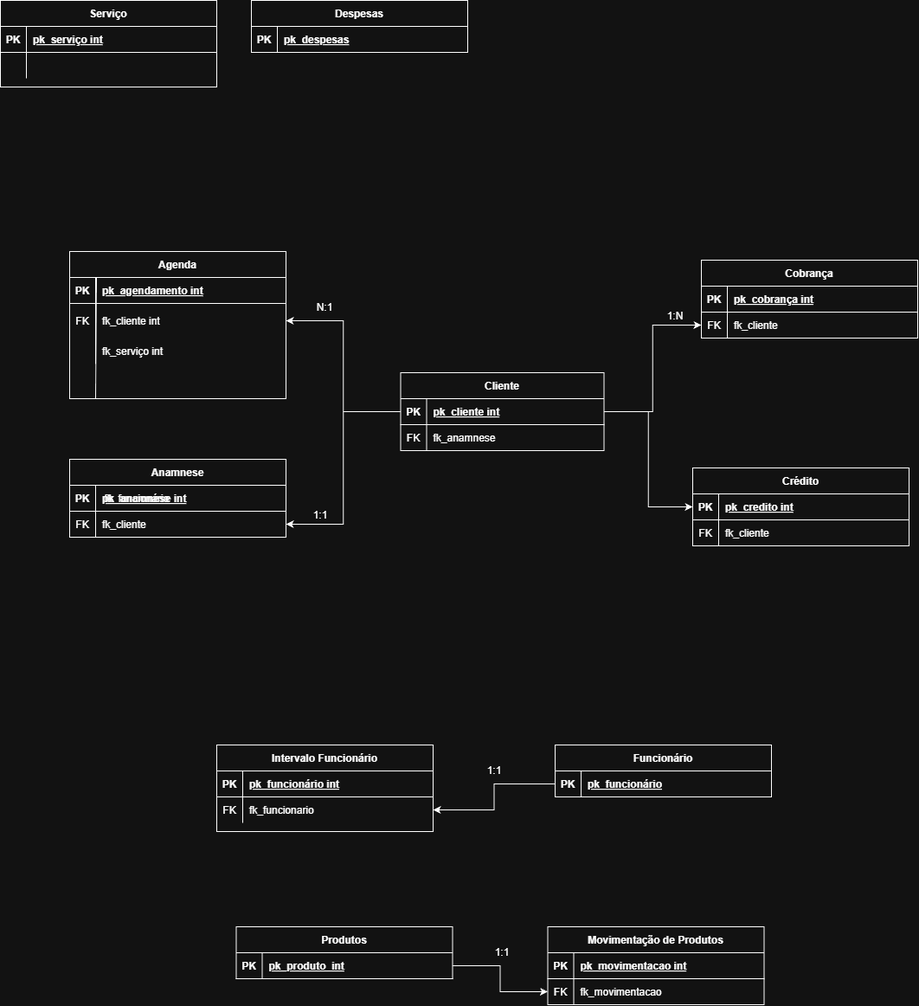
Earlier version of the draw.io export DOC/DER.png (UlfGunnar/Projeto-Senai-3-4). Source tidied: cells renumbered, new cells last; positions are measured from the earlier drawing's top-left corner, leaving out a move shared by most shapes.
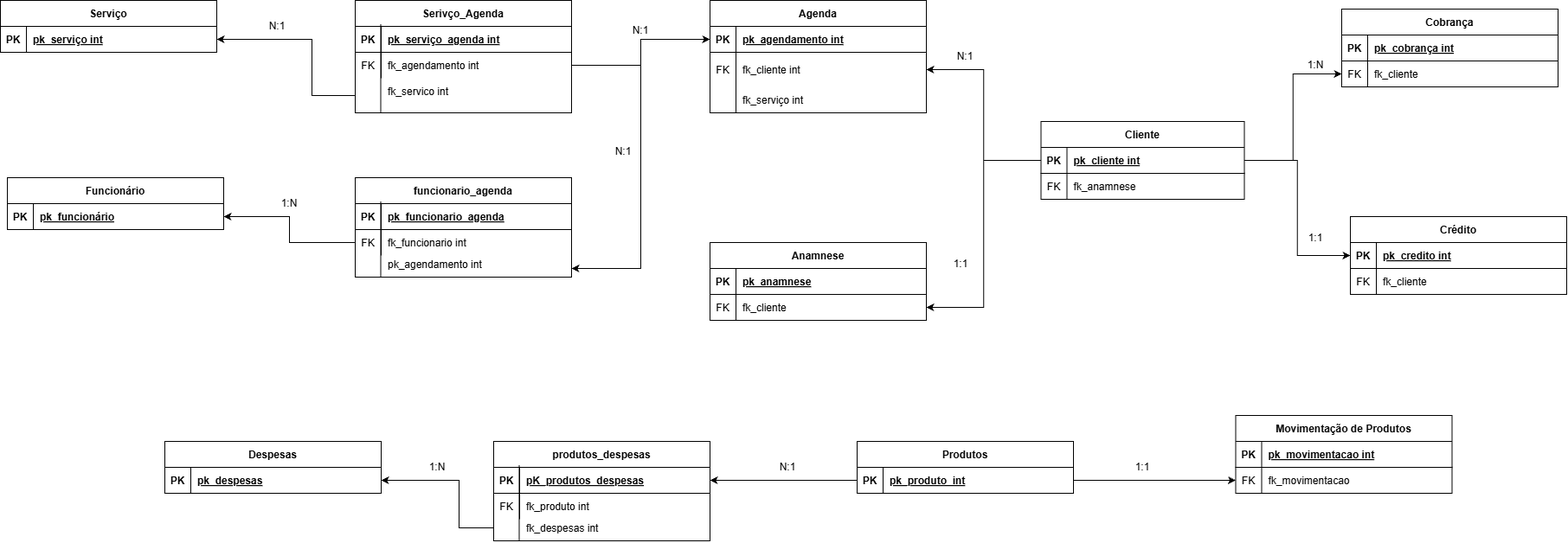
After the commit.

Diff of the diagram source:
```diff
@@ -5,3 +5,3 @@
     <mxCell id="2" value="Agenda" style="shape=table;startSize=30;rowLines=0;fontStyle=1;align=center;" parent="1" vertex="1">
-      <mxGeometry x="80" y="290" width="250" height="170" as="geometry" />
+      <mxGeometry x="620" y="300" width="250" height="130" as="geometry" />
     </mxCell>
@@ -35,3 +35,3 @@
     <mxCell id="12" value="Cobrança" style="shape=table;startSize=30;rowLines=0;fontStyle=1;align=center;" parent="1" vertex="1">
-      <mxGeometry x="810" y="300" width="250" height="90" as="geometry" />
+      <mxGeometry x="1350" y="310" width="250" height="90" as="geometry" />
     </mxCell>
@@ -56,3 +56,3 @@
     <mxCell id="19" value="Serviço" style="shape=table;startSize=30;rowLines=0;fontStyle=1;align=center;" parent="1" vertex="1">
-      <mxGeometry width="250" height="100" as="geometry" />
+      <mxGeometry x="-200" y="300" width="250" height="60" as="geometry" />
     </mxCell>
@@ -67,27 +67,4 @@
     </mxCell>
-    <mxCell id="23" style="shape=partialRectangle;fillColor=none;top=0;left=0;right=0;bottom=0;" parent="19" vertex="1">
-      <mxGeometry y="60" width="250" height="30" as="geometry" />
-    </mxCell>
-    <mxCell id="24" style="shape=partialRectangle;overflow=hidden;fillColor=none;top=0;left=0;bottom=0;right=0;" parent="23" vertex="1">
-      <mxGeometry width="30" height="30" as="geometry" />
-    </mxCell>
-    <mxCell id="25" style="shape=partialRectangle;overflow=hidden;fillColor=none;top=0;left=0;bottom=0;right=0;align=left;spacingLeft=6;" parent="23" vertex="1">
-      <mxGeometry x="30" width="220" height="30" as="geometry" />
-    </mxCell>
-    <mxCell id="26" style="shape=partialRectangle;fillColor=none;top=0;left=0;right=0;bottom=0;" parent="1" vertex="1">
-      <mxGeometry x="462.5" y="350" width="250" height="30" as="geometry" />
-    </mxCell>
-    <mxCell id="27" style="shape=partialRectangle;overflow=hidden;fillColor=none;top=0;left=0;bottom=0;right=0;" parent="26" vertex="1">
-      <mxGeometry x="-350" y="210" width="30" height="30" as="geometry" />
-    </mxCell>
-    <mxCell id="28" value="fk_funcionário" style="shape=partialRectangle;overflow=hidden;fillColor=none;top=0;left=0;bottom=0;right=0;align=left;spacingLeft=6;" parent="26" vertex="1">
-      <mxGeometry x="-350" y="210" width="220" height="30" as="geometry" />
-    </mxCell>
-    <mxCell id="29" style="endArrow=none;html=1;rounded=0;defaultLabelBackgroundColor=page;entryX=0.124;entryY=0;entryDx=0;entryDy=0;entryPerimeter=0;" parent="1" edge="1" target="3">
-      <mxGeometry relative="1" as="geometry">
-        <mxPoint x="110" y="460" as="sourcePoint" />
-      </mxGeometry>
-    </mxCell>
     <mxCell id="30" value="Cliente" style="shape=table;startSize=30;rowLines=0;fontStyle=1;align=center;" parent="1" vertex="1">
-      <mxGeometry x="462.5" y="430" width="235" height="90" as="geometry" />
+      <mxGeometry x="1002.5" y="440" width="235" height="90" as="geometry" />
     </mxCell>
@@ -112,3 +89,3 @@
     <mxCell id="37" style="shape=partialRectangle;fillColor=none;top=0;left=0;right=0;bottom=0;" parent="1" vertex="1">
-      <mxGeometry x="280" y="390" width="250" height="30" as="geometry" />
+      <mxGeometry x="820" y="400" width="250" height="30" as="geometry" />
     </mxCell>
@@ -121,3 +98,3 @@
     <mxCell id="40" value="Crédito" style="shape=table;startSize=30;rowLines=0;fontStyle=1;align=center;" parent="1" vertex="1">
-      <mxGeometry x="800" y="540" width="250" height="90" as="geometry" />
+      <mxGeometry x="1360" y="550" width="250" height="90" as="geometry" />
     </mxCell>
@@ -145,3 +122,3 @@
     <mxCell id="48" value="Funcionário" style="shape=table;startSize=30;rowLines=0;fontStyle=1;align=center;" parent="1" vertex="1">
-      <mxGeometry x="641" y="860" width="250" height="60" as="geometry" />
+      <mxGeometry x="-192" y="505" width="250" height="60" as="geometry" />
     </mxCell>
@@ -156,28 +133,4 @@
     </mxCell>
-    <mxCell id="52" value="Intervalo Funcionário" style="shape=table;startSize=30;rowLines=0;fontStyle=1;align=center;" parent="1" vertex="1">
-      <mxGeometry x="250" y="860" width="250" height="100" as="geometry" />
-    </mxCell>
-    <mxCell id="53" style="shape=partialRectangle;fillColor=none;top=0;left=0;right=0;bottom=1;" parent="52" vertex="1">
-      <mxGeometry y="30" width="250" height="30" as="geometry" />
-    </mxCell>
-    <mxCell id="54" value="PK" style="shape=partialRectangle;overflow=hidden;fillColor=none;top=0;left=0;bottom=0;right=0;fontStyle=1;" parent="53" vertex="1">
-      <mxGeometry width="30" height="30" as="geometry" />
-    </mxCell>
-    <mxCell id="55" value="pk_funcionário int" style="shape=partialRectangle;overflow=hidden;fillColor=none;top=0;left=0;bottom=0;right=0;align=left;spacingLeft=6;fontStyle=5;" parent="53" vertex="1">
-      <mxGeometry x="30" width="220" height="30" as="geometry" />
-    </mxCell>
-    <mxCell id="56" style="shape=partialRectangle;fillColor=none;points=[[0,0.5],[1,0.5]];portConstraint=eastwest;top=0;left=0;right=0;bottom=0;" parent="52" vertex="1">
-      <mxGeometry y="60" width="250" height="30" as="geometry" />
-    </mxCell>
-    <mxCell id="57" value="FK" style="shape=partialRectangle;overflow=hidden;fillColor=none;top=0;left=0;bottom=0;right=0;" parent="56" vertex="1">
-      <mxGeometry width="30" height="30" as="geometry" />
-    </mxCell>
-    <mxCell id="58" value="fk_funcionario" style="shape=partialRectangle;overflow=hidden;fillColor=none;top=0;left=0;bottom=0;right=0;align=left;spacingLeft=6;" parent="56" vertex="1">
-      <mxGeometry x="30" width="220" height="30" as="geometry" />
-    </mxCell>
-    <mxCell id="59" style="edgeStyle=orthogonalEdgeStyle;rounded=0;jettySize=auto;html=1;entryX=1;entryY=0.5;entryDx=0;entryDy=0;defaultLabelBackgroundColor=page;" parent="1" edge="1" source="49" target="56">
-      <mxGeometry relative="1" as="geometry" />
-    </mxCell>
     <mxCell id="60" value="Produtos" style="shape=table;startSize=30;rowLines=0;fontStyle=1;align=center;" parent="1" vertex="1">
-      <mxGeometry x="272.5" y="1070" width="250" height="60" as="geometry" />
+      <mxGeometry x="790" y="810" width="250" height="60" as="geometry" />
     </mxCell>
@@ -193,3 +146,3 @@
     <mxCell id="64" value="Movimentação de Produtos" style="shape=table;startSize=30;rowLines=0;fontStyle=1;align=center;" parent="1" vertex="1">
-      <mxGeometry x="632.5" y="1070" width="250" height="90" as="geometry" />
+      <mxGeometry x="1227.5" y="780" width="250" height="90" as="geometry" />
     </mxCell>
@@ -217,3 +170,3 @@
     <mxCell id="72" value="Despesas" style="shape=table;startSize=30;rowLines=0;fontStyle=1;align=center;" parent="1" vertex="1">
-      <mxGeometry x="290" width="250" height="60" as="geometry" />
+      <mxGeometry x="-10" y="810" width="250" height="60" as="geometry" />
     </mxCell>
@@ -229,3 +182,3 @@
     <mxCell id="76" value="Anamnese" style="shape=table;startSize=30;rowLines=0;fontStyle=1;align=center;" parent="1" vertex="1">
-      <mxGeometry x="80" y="530" width="250" height="90" as="geometry" />
+      <mxGeometry x="620" y="580" width="250" height="90" as="geometry" />
     </mxCell>
@@ -237,3 +190,3 @@
     </mxCell>
-    <mxCell id="79" value="pk_anamnese int" style="shape=partialRectangle;overflow=hidden;fillColor=none;top=0;left=0;bottom=0;right=0;align=left;spacingLeft=6;fontStyle=5;" parent="77" vertex="1">
+    <mxCell id="79" value="pk_anamnese" style="shape=partialRectangle;overflow=hidden;fillColor=none;top=0;left=0;bottom=0;right=0;align=left;spacingLeft=6;fontStyle=5;" parent="77" vertex="1">
       <mxGeometry x="30" width="220" height="30" as="geometry" />
@@ -253,16 +206,157 @@
     <mxCell id="84" value="N:1" style="text;html=1;whiteSpace=wrap;strokeColor=none;fillColor=none;align=center;verticalAlign=middle;rounded=0;" parent="1" vertex="1">
-      <mxGeometry x="345" y="340" width="60" height="30" as="geometry" />
+      <mxGeometry x="885" y="350" width="60" height="30" as="geometry" />
     </mxCell>
     <mxCell id="85" value="1:1" style="text;html=1;whiteSpace=wrap;strokeColor=none;fillColor=none;align=center;verticalAlign=middle;rounded=0;" parent="1" vertex="1">
-      <mxGeometry x="340" y="580" width="60" height="30" as="geometry" />
+      <mxGeometry x="880" y="590" width="60" height="30" as="geometry" />
     </mxCell>
     <mxCell id="86" value="1:N" style="text;html=1;whiteSpace=wrap;strokeColor=none;fillColor=none;align=center;verticalAlign=middle;rounded=0;" parent="1" vertex="1">
-      <mxGeometry x="750" y="350" width="60" height="30" as="geometry" />
+      <mxGeometry x="1290" y="360" width="60" height="30" as="geometry" />
     </mxCell>
+    <mxCell id="88" value="1:1" style="text;html=1;whiteSpace=wrap;strokeColor=none;fillColor=none;align=center;verticalAlign=middle;rounded=0;" parent="1" vertex="1">
+      <mxGeometry x="1090" y="825" width="60" height="30" as="geometry" />
+    </mxCell>
+    <mxCell id="89" style="edgeStyle=orthogonalEdgeStyle;rounded=0;jettySize=auto;html=1;defaultLabelBackgroundColor=page;" parent="1" edge="1" target="20">
+      <mxGeometry relative="1" as="geometry">
+        <mxPoint x="210" y="410" as="sourcePoint" />
+        <Array as="points">
+          <mxPoint x="160" y="410" />
+          <mxPoint x="160" y="345" />
+        </Array>
+      </mxGeometry>
+    </mxCell>
+    <mxCell id="90" value="Serivço_Agenda" style="shape=table;startSize=30;rowLines=0;fontStyle=1;align=center;" parent="1" vertex="1">
+      <mxGeometry x="210" y="300" width="250" height="130" as="geometry" />
+    </mxCell>
+    <mxCell id="91" style="shape=partialRectangle;fillColor=none;points=[[0,0.5],[1,0.5]];portConstraint=eastwest;top=0;left=0;right=0;bottom=1;" parent="90" vertex="1">
+      <mxGeometry y="30" width="250" height="30" as="geometry" />
+    </mxCell>
+    <mxCell id="92" value="PK" style="shape=partialRectangle;overflow=hidden;fillColor=none;top=0;left=0;bottom=0;right=0;fontStyle=1;" parent="91" vertex="1">
+      <mxGeometry width="30" height="30" as="geometry" />
+    </mxCell>
+    <mxCell id="93" value="pk_serviço_agenda int" style="shape=partialRectangle;overflow=hidden;fillColor=none;top=0;left=0;bottom=0;right=0;align=left;spacingLeft=6;fontStyle=5;" parent="91" vertex="1">
+      <mxGeometry x="30" width="220" height="30" as="geometry" />
+    </mxCell>
+    <mxCell id="94" style="shape=partialRectangle;fillColor=none;points=[[0,0.5],[1,0.5]];portConstraint=eastwest;top=0;left=0;right=0;bottom=0;" parent="90" vertex="1">
+      <mxGeometry y="60" width="250" height="30" as="geometry" />
+    </mxCell>
+    <mxCell id="95" value="FK" style="shape=partialRectangle;overflow=hidden;fillColor=none;top=0;left=0;bottom=0;right=0;" parent="94" vertex="1">
+      <mxGeometry width="30" height="30" as="geometry" />
+    </mxCell>
+    <mxCell id="96" value="fk_agendamento int" style="shape=partialRectangle;overflow=hidden;fillColor=none;top=0;left=0;bottom=0;right=0;align=left;spacingLeft=6;" parent="94" vertex="1">
+      <mxGeometry x="30" width="220" height="30" as="geometry" />
+    </mxCell>
+    <mxCell id="97" value="fk_servico int" style="shape=partialRectangle;overflow=hidden;fillColor=none;top=0;left=0;bottom=0;right=0;align=left;spacingLeft=6;" parent="1" vertex="1">
+      <mxGeometry x="240" y="390" width="220" height="30" as="geometry" />
+    </mxCell>
+    <mxCell id="98" style="endArrow=none;html=1;rounded=0;defaultLabelBackgroundColor=page;exitX=0.118;exitY=-0.072;exitDx=0;exitDy=0;exitPerimeter=0;" parent="1" edge="1" source="91">
+      <mxGeometry relative="1" as="geometry">
+        <mxPoint x="239.5" y="430" as="targetPoint" />
+      </mxGeometry>
+    </mxCell>
+    <mxCell id="99" style="edgeStyle=orthogonalEdgeStyle;rounded=0;jettySize=auto;html=1;exitX=1;exitY=0.5;exitDx=0;exitDy=0;entryX=0;entryY=0.5;entryDx=0;entryDy=0;defaultLabelBackgroundColor=page;" parent="1" edge="1" source="94" target="3">
+      <mxGeometry relative="1" as="geometry" />
+    </mxCell>
+    <mxCell id="100" value="N:1" style="text;html=1;whiteSpace=wrap;strokeColor=none;fillColor=none;align=center;verticalAlign=middle;rounded=0;" parent="1" vertex="1">
+      <mxGeometry x="90" y="315" width="60" height="30" as="geometry" />
+    </mxCell>
+    <mxCell id="101" value="N:1" style="text;html=1;whiteSpace=wrap;strokeColor=none;fillColor=none;align=center;verticalAlign=middle;rounded=0;" parent="1" vertex="1">
+      <mxGeometry x="510" y="320" width="60" height="30" as="geometry" />
+    </mxCell>
+    <mxCell id="102" value="funcionario_agenda" style="shape=table;startSize=30;rowLines=0;fontStyle=1;align=center;" parent="1" vertex="1">
+      <mxGeometry x="210" y="505" width="250" height="115" as="geometry" />
+    </mxCell>
+    <mxCell id="103" style="shape=partialRectangle;fillColor=none;points=[[0,0.5],[1,0.5]];portConstraint=eastwest;top=0;left=0;right=0;bottom=1;" parent="102" vertex="1">
+      <mxGeometry y="30" width="250" height="30" as="geometry" />
+    </mxCell>
+    <mxCell id="104" value="PK" style="shape=partialRectangle;overflow=hidden;fillColor=none;top=0;left=0;bottom=0;right=0;fontStyle=1;" parent="103" vertex="1">
+      <mxGeometry width="30" height="30" as="geometry" />
+    </mxCell>
+    <mxCell id="105" value="pk_funcionario_agenda" style="shape=partialRectangle;overflow=hidden;fillColor=none;top=0;left=0;bottom=0;right=0;align=left;spacingLeft=6;fontStyle=5;" parent="103" vertex="1">
+      <mxGeometry x="30" width="220" height="30" as="geometry" />
+    </mxCell>
+    <mxCell id="106" style="shape=partialRectangle;fillColor=none;points=[[0,0.5],[1,0.5]];portConstraint=eastwest;top=0;left=0;right=0;bottom=0;" parent="102" vertex="1">
+      <mxGeometry y="60" width="250" height="30" as="geometry" />
+    </mxCell>
+    <mxCell id="107" value="FK" style="shape=partialRectangle;overflow=hidden;fillColor=none;top=0;left=0;bottom=0;right=0;" parent="106" vertex="1">
+      <mxGeometry width="30" height="30" as="geometry" />
+    </mxCell>
+    <mxCell id="108" value="fk_funcionario int" style="shape=partialRectangle;overflow=hidden;fillColor=none;top=0;left=0;bottom=0;right=0;align=left;spacingLeft=6;" parent="106" vertex="1">
+      <mxGeometry x="30" width="220" height="30" as="geometry" />
+    </mxCell>
+    <mxCell id="109" value="pk_agendamento int" style="shape=partialRectangle;overflow=hidden;fillColor=none;top=0;left=0;bottom=0;right=0;align=left;spacingLeft=6;" parent="1" vertex="1">
+      <mxGeometry x="240" y="590" width="220" height="30" as="geometry" />
+    </mxCell>
+    <mxCell id="110" style="endArrow=none;html=1;rounded=0;defaultLabelBackgroundColor=page;exitX=0.118;exitY=-0.072;exitDx=0;exitDy=0;exitPerimeter=0;" parent="1" edge="1" source="103">
+      <mxGeometry relative="1" as="geometry">
+        <mxPoint x="239.5" y="620" as="targetPoint" />
+      </mxGeometry>
+    </mxCell>
+    <mxCell id="111" style="edgeStyle=orthogonalEdgeStyle;rounded=0;jettySize=auto;html=1;defaultLabelBackgroundColor=page;" parent="1" edge="1" source="3">
+      <mxGeometry relative="1" as="geometry">
+        <mxPoint x="460" y="610" as="targetPoint" />
+        <Array as="points">
+          <mxPoint x="540" y="345" />
+          <mxPoint x="540" y="610" />
+        </Array>
+      </mxGeometry>
+    </mxCell>
+    <mxCell id="112" style="edgeStyle=orthogonalEdgeStyle;rounded=0;jettySize=auto;html=1;exitX=0;exitY=0.5;exitDx=0;exitDy=0;entryX=1;entryY=0.5;entryDx=0;entryDy=0;defaultLabelBackgroundColor=page;" parent="1" edge="1" source="106" target="49">
+      <mxGeometry relative="1" as="geometry" />
+    </mxCell>
+    <mxCell id="113" value="N:1" style="text;html=1;whiteSpace=wrap;strokeColor=none;fillColor=none;align=center;verticalAlign=middle;rounded=0;" parent="1" vertex="1">
+      <mxGeometry x="490" y="460" width="60" height="30" as="geometry" />
+    </mxCell>
+    <mxCell id="114" value="1:N" style="text;html=1;whiteSpace=wrap;strokeColor=none;fillColor=none;align=center;verticalAlign=middle;rounded=0;" parent="1" vertex="1">
+      <mxGeometry x="104" y="520" width="60" height="30" as="geometry" />
+    </mxCell>
     <mxCell id="87" value="1:1" style="text;html=1;whiteSpace=wrap;strokeColor=none;fillColor=none;align=center;verticalAlign=middle;rounded=0;" parent="1" vertex="1">
-      <mxGeometry x="541" y="875" width="60" height="30" as="geometry" />
+      <mxGeometry x="1290" y="560" width="60" height="30" as="geometry" />
     </mxCell>
-    <mxCell id="88" value="1:1" style="text;html=1;whiteSpace=wrap;strokeColor=none;fillColor=none;align=center;verticalAlign=middle;rounded=0;" parent="1" vertex="1">
-      <mxGeometry x="550" y="1085" width="60" height="30" as="geometry" />
-    </mxCell>
+    <mxCell id="115" value="produtos_despesas" style="shape=table;startSize=30;rowLines=0;fontStyle=1;align=center;" parent="1" vertex="1">
+      <mxGeometry x="370" y="810" width="250" height="115" as="geometry" />
+    </mxCell>
+    <mxCell id="116" style="shape=partialRectangle;fillColor=none;points=[[0,0.5],[1,0.5]];portConstraint=eastwest;top=0;left=0;right=0;bottom=1;" parent="115" vertex="1">
+      <mxGeometry y="30" width="250" height="30" as="geometry" />
+    </mxCell>
+    <mxCell id="117" value="PK" style="shape=partialRectangle;overflow=hidden;fillColor=none;top=0;left=0;bottom=0;right=0;fontStyle=1;" parent="116" vertex="1">
+      <mxGeometry width="30" height="30" as="geometry" />
+    </mxCell>
+    <mxCell id="118" value="pK_produtos_despesas" style="shape=partialRectangle;overflow=hidden;fillColor=none;top=0;left=0;bottom=0;right=0;align=left;spacingLeft=6;fontStyle=5;" parent="116" vertex="1">
+      <mxGeometry x="30" width="220" height="30" as="geometry" />
+    </mxCell>
+    <mxCell id="119" style="shape=partialRectangle;fillColor=none;top=0;left=0;right=0;bottom=0;" parent="115" vertex="1">
+      <mxGeometry y="60" width="250" height="30" as="geometry" />
+    </mxCell>
+    <mxCell id="120" value="FK" style="shape=partialRectangle;overflow=hidden;fillColor=none;top=0;left=0;bottom=0;right=0;" parent="119" vertex="1">
+      <mxGeometry width="30" height="30" as="geometry" />
+    </mxCell>
+    <mxCell id="121" value="fk_produto int" style="shape=partialRectangle;overflow=hidden;fillColor=none;top=0;left=0;bottom=0;right=0;align=left;spacingLeft=6;" parent="119" vertex="1">
+      <mxGeometry x="30" width="220" height="30" as="geometry" />
+    </mxCell>
+    <mxCell id="122" value="fk_despesas int" style="shape=partialRectangle;overflow=hidden;fillColor=none;top=0;left=0;bottom=0;right=0;align=left;spacingLeft=6;" parent="1" vertex="1">
+      <mxGeometry x="400" y="895" width="220" height="30" as="geometry" />
+    </mxCell>
+    <mxCell id="123" style="endArrow=none;html=1;rounded=0;defaultLabelBackgroundColor=page;exitX=0.118;exitY=-0.072;exitDx=0;exitDy=0;exitPerimeter=0;" parent="1" edge="1" source="116">
+      <mxGeometry relative="1" as="geometry">
+        <mxPoint x="399.5" y="925" as="targetPoint" />
+      </mxGeometry>
+    </mxCell>
+    <mxCell id="124" style="edgeStyle=orthogonalEdgeStyle;rounded=0;jettySize=auto;html=1;defaultLabelBackgroundColor=page;" parent="1" edge="1" source="61" target="116">
+      <mxGeometry relative="1" as="geometry" />
+    </mxCell>
+    <mxCell id="125" style="edgeStyle=orthogonalEdgeStyle;rounded=0;jettySize=auto;html=1;entryX=1;entryY=0.5;entryDx=0;entryDy=0;defaultLabelBackgroundColor=page;" parent="1" edge="1" target="73">
+      <mxGeometry relative="1" as="geometry">
+        <mxPoint x="370" y="910" as="sourcePoint" />
+        <Array as="points">
+          <mxPoint x="330" y="910" />
+          <mxPoint x="330" y="855" />
+        </Array>
+      </mxGeometry>
+    </mxCell>
+    <mxCell id="126" value="N:1" style="text;html=1;whiteSpace=wrap;strokeColor=none;fillColor=none;align=center;verticalAlign=middle;rounded=0;" parent="1" vertex="1">
+      <mxGeometry x="680" y="825" width="60" height="30" as="geometry" />
+    </mxCell>
+    <mxCell id="127" value="1:N" style="text;html=1;whiteSpace=wrap;strokeColor=none;fillColor=none;align=center;verticalAlign=middle;rounded=0;" parent="1" vertex="1">
+      <mxGeometry x="275" y="825" width="60" height="30" as="geometry" />
+    </mxCell>
   </root>
```
